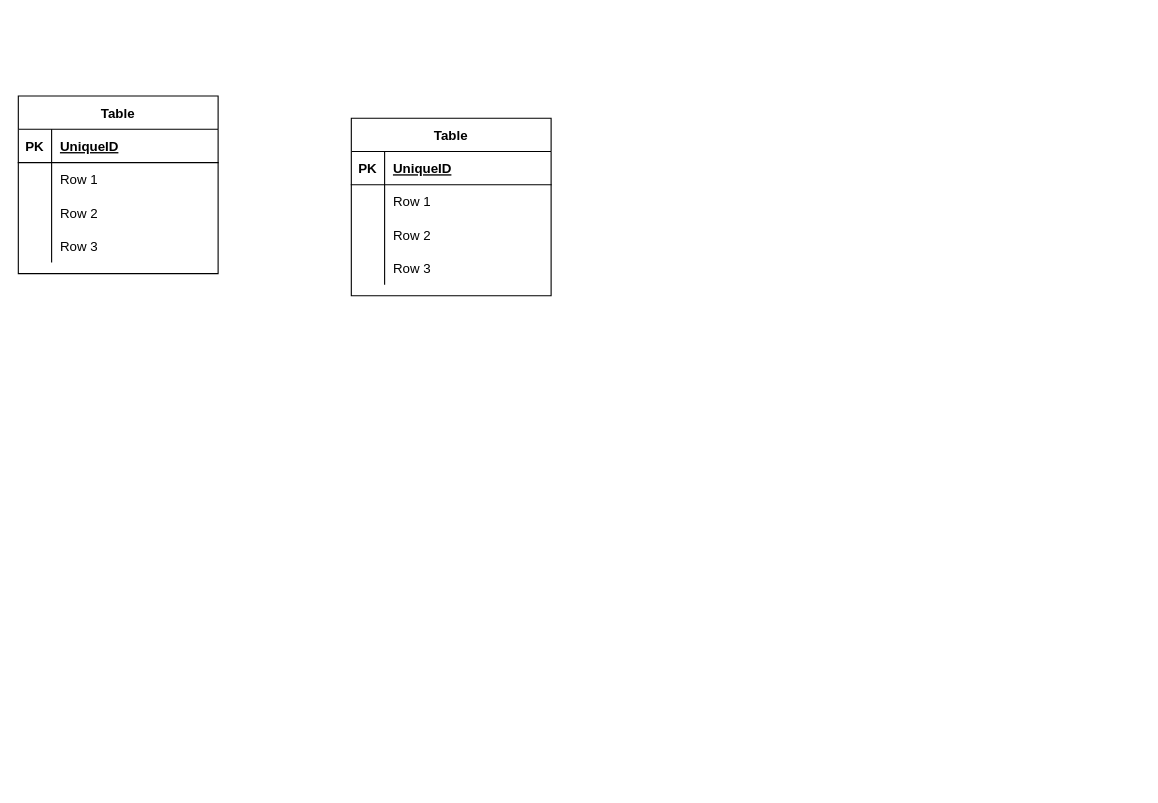
Earlier version of the draw.io diagram SQL/Untitled Diagram.drawio (Taishikun0721/Rails_Sparta_TIL). Source tidied: cells renumbered, new cells numbered last; positions are measured from the earlier drawing's top-left corner, leaving out a move shared by most shapes. Both pictures are drawn from the tidied source at 111%, with x=0, y=0 at pixel (18, 95).
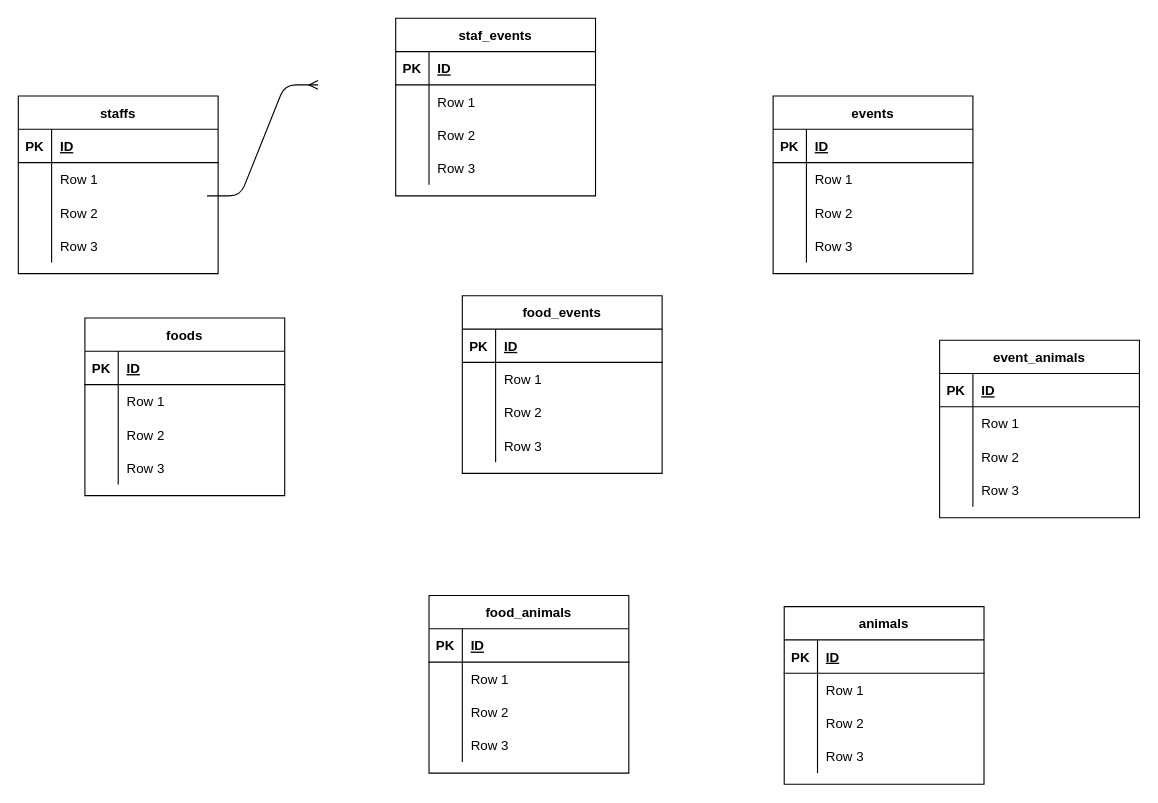
The same diagram, later.

Commit message:
テーブルの切り出しOK

Unchanged cells that the change refers to:
```xml
<mxCell id="3" style="shape=partialRectangle;fillColor=none;top=0;left=0;bottom=1;right=0;" parent="2" vertex="1">
  <mxGeometry y="30" width="180" height="30" as="geometry" />
</mxCell>
<mxCell id="16" style="shape=partialRectangle;fillColor=none;top=0;left=0;bottom=1;right=0;" parent="15" vertex="1">
  <mxGeometry y="30" width="180" height="30" as="geometry" />
</mxCell>
```

The edit, as a diff of the source:
```diff
@@
-    <mxCell id="2" value="Table" style="shape=table;startSize=30;childLayout=tableLayout;rowLines=0;fontStyle=1;align=center;" parent="1" vertex="1">
+    <mxCell id="2" value="staffs" style="shape=table;startSize=30;childLayout=tableLayout;rowLines=0;fontStyle=1;align=center;" parent="1" vertex="1">
       <mxGeometry width="180" height="160" as="geometry" />
     </mxCell>
@@
-    <mxCell id="5" value="UniqueID" style="shape=partialRectangle;fillColor=none;top=0;left=0;bottom=0;right=0;align=left;spacingLeft=6;fontStyle=5;overflow=hidden;" parent="3" vertex="1">
+    <mxCell id="5" value="ID" style="shape=partialRectangle;fillColor=none;top=0;left=0;bottom=0;right=0;align=left;spacingLeft=6;fontStyle=5;overflow=hidden;" parent="3" vertex="1">
       <mxGeometry x="30" width="150" height="30" as="geometry" />
     </mxCell>
@@
-    <mxCell id="15" value="Table" style="shape=table;startSize=30;childLayout=tableLayout;rowLines=0;fontStyle=1;align=center;" parent="1" vertex="1">
-      <mxGeometry x="300" y="20" width="180" height="160" as="geometry" />
+    <mxCell id="15" value="staf_events" style="shape=table;startSize=30;childLayout=tableLayout;rowLines=0;fontStyle=1;align=center;" parent="1" vertex="1">
+      <mxGeometry x="340" y="-70" width="180" height="160" as="geometry" />
     </mxCell>
@@
-    <mxCell id="18" value="UniqueID" style="shape=partialRectangle;fillColor=none;top=0;left=0;bottom=0;right=0;align=left;spacingLeft=6;fontStyle=5;overflow=hidden;" parent="16" vertex="1">
+    <mxCell id="18" value="ID" style="shape=partialRectangle;fillColor=none;top=0;left=0;bottom=0;right=0;align=left;spacingLeft=6;fontStyle=5;overflow=hidden;" parent="16" vertex="1">
       <mxGeometry x="30" width="150" height="30" as="geometry" />
     </mxCell>
@@
+    <mxCell id="28" value="events" style="shape=table;startSize=30;childLayout=tableLayout;rowLines=0;fontStyle=1;align=center;" parent="1" vertex="1">
+      <mxGeometry x="680" width="180" height="160" as="geometry" />
+    </mxCell>
+    <mxCell id="29" style="shape=partialRectangle;fillColor=none;top=0;left=0;bottom=1;right=0;" parent="28" vertex="1">
+      <mxGeometry y="30" width="180" height="30" as="geometry" />
+    </mxCell>
+    <mxCell id="30" value="PK" style="shape=partialRectangle;fillColor=none;top=0;left=0;bottom=0;right=0;fontStyle=1;overflow=hidden;" parent="29" vertex="1">
+      <mxGeometry width="30" height="30" as="geometry" />
+    </mxCell>
+    <mxCell id="31" value="ID" style="shape=partialRectangle;fillColor=none;top=0;left=0;bottom=0;right=0;align=left;spacingLeft=6;fontStyle=5;overflow=hidden;" parent="29" vertex="1">
+      <mxGeometry x="30" width="150" height="30" as="geometry" />
+    </mxCell>
+    <mxCell id="32" style="shape=partialRectangle;fillColor=none;top=0;left=0;bottom=0;right=0;" parent="28" vertex="1">
+      <mxGeometry y="60" width="180" height="30" as="geometry" />
+    </mxCell>
+    <mxCell id="33" style="shape=partialRectangle;fillColor=none;top=0;left=0;bottom=0;right=0;overflow=hidden;" parent="32" vertex="1">
+      <mxGeometry width="30" height="30" as="geometry" />
+    </mxCell>
+    <mxCell id="34" value="Row 1" style="shape=partialRectangle;fillColor=none;top=0;left=0;bottom=0;right=0;align=left;spacingLeft=6;overflow=hidden;" parent="32" vertex="1">
+      <mxGeometry x="30" width="150" height="30" as="geometry" />
+    </mxCell>
+    <mxCell id="35" style="shape=partialRectangle;fillColor=none;top=0;left=0;bottom=0;right=0;" parent="28" vertex="1">
+      <mxGeometry y="90" width="180" height="30" as="geometry" />
+    </mxCell>
+    <mxCell id="36" style="shape=partialRectangle;fillColor=none;top=0;left=0;bottom=0;right=0;overflow=hidden;" parent="35" vertex="1">
+      <mxGeometry width="30" height="30" as="geometry" />
+    </mxCell>
+    <mxCell id="37" value="Row 2" style="shape=partialRectangle;fillColor=none;top=0;left=0;bottom=0;right=0;align=left;spacingLeft=6;overflow=hidden;" parent="35" vertex="1">
+      <mxGeometry x="30" width="150" height="30" as="geometry" />
+    </mxCell>
+    <mxCell id="38" style="shape=partialRectangle;fillColor=none;top=0;left=0;bottom=0;right=0;" parent="28" vertex="1">
+      <mxGeometry y="120" width="180" height="30" as="geometry" />
+    </mxCell>
+    <mxCell id="39" style="shape=partialRectangle;fillColor=none;top=0;left=0;bottom=0;right=0;overflow=hidden;" parent="38" vertex="1">
+      <mxGeometry width="30" height="30" as="geometry" />
+    </mxCell>
+    <mxCell id="40" value="Row 3" style="shape=partialRectangle;fillColor=none;top=0;left=0;bottom=0;right=0;align=left;spacingLeft=6;overflow=hidden;" parent="38" vertex="1">
+      <mxGeometry x="30" width="150" height="30" as="geometry" />
+    </mxCell>
+    <mxCell id="41" value="event_animals" style="shape=table;startSize=30;childLayout=tableLayout;rowLines=0;fontStyle=1;align=center;" parent="1" vertex="1">
+      <mxGeometry x="830" y="220" width="180" height="160" as="geometry" />
+    </mxCell>
+    <mxCell id="42" style="shape=partialRectangle;fillColor=none;top=0;left=0;bottom=1;right=0;" parent="41" vertex="1">
+      <mxGeometry y="30" width="180" height="30" as="geometry" />
+    </mxCell>
+    <mxCell id="43" value="PK" style="shape=partialRectangle;fillColor=none;top=0;left=0;bottom=0;right=0;fontStyle=1;overflow=hidden;" parent="42" vertex="1">
+      <mxGeometry width="30" height="30" as="geometry" />
+    </mxCell>
+    <mxCell id="44" value="ID" style="shape=partialRectangle;fillColor=none;top=0;left=0;bottom=0;right=0;align=left;spacingLeft=6;fontStyle=5;overflow=hidden;" parent="42" vertex="1">
+      <mxGeometry x="30" width="150" height="30" as="geometry" />
+    </mxCell>
+    <mxCell id="45" style="shape=partialRectangle;fillColor=none;top=0;left=0;bottom=0;right=0;" parent="41" vertex="1">
+      <mxGeometry y="60" width="180" height="30" as="geometry" />
+    </mxCell>
+    <mxCell id="46" style="shape=partialRectangle;fillColor=none;top=0;left=0;bottom=0;right=0;overflow=hidden;" parent="45" vertex="1">
+      <mxGeometry width="30" height="30" as="geometry" />
+    </mxCell>
+    <mxCell id="47" value="Row 1" style="shape=partialRectangle;fillColor=none;top=0;left=0;bottom=0;right=0;align=left;spacingLeft=6;overflow=hidden;" parent="45" vertex="1">
+      <mxGeometry x="30" width="150" height="30" as="geometry" />
+    </mxCell>
+    <mxCell id="48" style="shape=partialRectangle;fillColor=none;top=0;left=0;bottom=0;right=0;" parent="41" vertex="1">
+      <mxGeometry y="90" width="180" height="30" as="geometry" />
+    </mxCell>
+    <mxCell id="49" style="shape=partialRectangle;fillColor=none;top=0;left=0;bottom=0;right=0;overflow=hidden;" parent="48" vertex="1">
+      <mxGeometry width="30" height="30" as="geometry" />
+    </mxCell>
+    <mxCell id="50" value="Row 2" style="shape=partialRectangle;fillColor=none;top=0;left=0;bottom=0;right=0;align=left;spacingLeft=6;overflow=hidden;" parent="48" vertex="1">
+      <mxGeometry x="30" width="150" height="30" as="geometry" />
+    </mxCell>
+    <mxCell id="51" style="shape=partialRectangle;fillColor=none;top=0;left=0;bottom=0;right=0;" parent="41" vertex="1">
+      <mxGeometry y="120" width="180" height="30" as="geometry" />
+    </mxCell>
+    <mxCell id="52" style="shape=partialRectangle;fillColor=none;top=0;left=0;bottom=0;right=0;overflow=hidden;" parent="51" vertex="1">
+      <mxGeometry width="30" height="30" as="geometry" />
+    </mxCell>
+    <mxCell id="53" value="Row 3" style="shape=partialRectangle;fillColor=none;top=0;left=0;bottom=0;right=0;align=left;spacingLeft=6;overflow=hidden;" parent="51" vertex="1">
+      <mxGeometry x="30" width="150" height="30" as="geometry" />
+    </mxCell>
+    <mxCell id="54" value="foods" style="shape=table;startSize=30;childLayout=tableLayout;rowLines=0;fontStyle=1;align=center;" parent="1" vertex="1">
+      <mxGeometry x="60" y="200" width="180" height="160" as="geometry" />
+    </mxCell>
+    <mxCell id="55" style="shape=partialRectangle;fillColor=none;top=0;left=0;bottom=1;right=0;" parent="54" vertex="1">
+      <mxGeometry y="30" width="180" height="30" as="geometry" />
+    </mxCell>
+    <mxCell id="56" value="PK" style="shape=partialRectangle;fillColor=none;top=0;left=0;bottom=0;right=0;fontStyle=1;overflow=hidden;" parent="55" vertex="1">
+      <mxGeometry width="30" height="30" as="geometry" />
+    </mxCell>
+    <mxCell id="57" value="ID" style="shape=partialRectangle;fillColor=none;top=0;left=0;bottom=0;right=0;align=left;spacingLeft=6;fontStyle=5;overflow=hidden;" parent="55" vertex="1">
+      <mxGeometry x="30" width="150" height="30" as="geometry" />
+    </mxCell>
+    <mxCell id="58" style="shape=partialRectangle;fillColor=none;top=0;left=0;bottom=0;right=0;" parent="54" vertex="1">
+      <mxGeometry y="60" width="180" height="30" as="geometry" />
+    </mxCell>
+    <mxCell id="59" style="shape=partialRectangle;fillColor=none;top=0;left=0;bottom=0;right=0;overflow=hidden;" parent="58" vertex="1">
+      <mxGeometry width="30" height="30" as="geometry" />
+    </mxCell>
+    <mxCell id="60" value="Row 1" style="shape=partialRectangle;fillColor=none;top=0;left=0;bottom=0;right=0;align=left;spacingLeft=6;overflow=hidden;" parent="58" vertex="1">
+      <mxGeometry x="30" width="150" height="30" as="geometry" />
+    </mxCell>
+    <mxCell id="61" style="shape=partialRectangle;fillColor=none;top=0;left=0;bottom=0;right=0;" parent="54" vertex="1">
+      <mxGeometry y="90" width="180" height="30" as="geometry" />
+    </mxCell>
+    <mxCell id="62" style="shape=partialRectangle;fillColor=none;top=0;left=0;bottom=0;right=0;overflow=hidden;" parent="61" vertex="1">
+      <mxGeometry width="30" height="30" as="geometry" />
+    </mxCell>
+    <mxCell id="63" value="Row 2" style="shape=partialRectangle;fillColor=none;top=0;left=0;bottom=0;right=0;align=left;spacingLeft=6;overflow=hidden;" parent="61" vertex="1">
+      <mxGeometry x="30" width="150" height="30" as="geometry" />
+    </mxCell>
+    <mxCell id="64" style="shape=partialRectangle;fillColor=none;top=0;left=0;bottom=0;right=0;" parent="54" vertex="1">
+      <mxGeometry y="120" width="180" height="30" as="geometry" />
+    </mxCell>
+    <mxCell id="65" style="shape=partialRectangle;fillColor=none;top=0;left=0;bottom=0;right=0;overflow=hidden;" parent="64" vertex="1">
+      <mxGeometry width="30" height="30" as="geometry" />
+    </mxCell>
+    <mxCell id="66" value="Row 3" style="shape=partialRectangle;fillColor=none;top=0;left=0;bottom=0;right=0;align=left;spacingLeft=6;overflow=hidden;" parent="64" vertex="1">
+      <mxGeometry x="30" width="150" height="30" as="geometry" />
+    </mxCell>
+    <mxCell id="67" value="animals" style="shape=table;startSize=30;childLayout=tableLayout;rowLines=0;fontStyle=1;align=center;" parent="1" vertex="1">
+      <mxGeometry x="690" y="460" width="180" height="160" as="geometry" />
+    </mxCell>
+    <mxCell id="68" style="shape=partialRectangle;fillColor=none;top=0;left=0;bottom=1;right=0;" parent="67" vertex="1">
+      <mxGeometry y="30" width="180" height="30" as="geometry" />
+    </mxCell>
+    <mxCell id="69" value="PK" style="shape=partialRectangle;fillColor=none;top=0;left=0;bottom=0;right=0;fontStyle=1;overflow=hidden;" parent="68" vertex="1">
+      <mxGeometry width="30" height="30" as="geometry" />
+    </mxCell>
+    <mxCell id="70" value="ID" style="shape=partialRectangle;fillColor=none;top=0;left=0;bottom=0;right=0;align=left;spacingLeft=6;fontStyle=5;overflow=hidden;" parent="68" vertex="1">
+      <mxGeometry x="30" width="150" height="30" as="geometry" />
+    </mxCell>
+    <mxCell id="71" style="shape=partialRectangle;fillColor=none;top=0;left=0;bottom=0;right=0;" parent="67" vertex="1">
+      <mxGeometry y="60" width="180" height="30" as="geometry" />
+    </mxCell>
+    <mxCell id="72" style="shape=partialRectangle;fillColor=none;top=0;left=0;bottom=0;right=0;overflow=hidden;" parent="71" vertex="1">
+      <mxGeometry width="30" height="30" as="geometry" />
+    </mxCell>
+    <mxCell id="73" value="Row 1" style="shape=partialRectangle;fillColor=none;top=0;left=0;bottom=0;right=0;align=left;spacingLeft=6;overflow=hidden;" parent="71" vertex="1">
+      <mxGeometry x="30" width="150" height="30" as="geometry" />
+    </mxCell>
+    <mxCell id="74" style="shape=partialRectangle;fillColor=none;top=0;left=0;bottom=0;right=0;" parent="67" vertex="1">
+      <mxGeometry y="90" width="180" height="30" as="geometry" />
+    </mxCell>
+    <mxCell id="75" style="shape=partialRectangle;fillColor=none;top=0;left=0;bottom=0;right=0;overflow=hidden;" parent="74" vertex="1">
+      <mxGeometry width="30" height="30" as="geometry" />
+    </mxCell>
+    <mxCell id="76" value="Row 2" style="shape=partialRectangle;fillColor=none;top=0;left=0;bottom=0;right=0;align=left;spacingLeft=6;overflow=hidden;" parent="74" vertex="1">
+      <mxGeometry x="30" width="150" height="30" as="geometry" />
+    </mxCell>
+    <mxCell id="77" style="shape=partialRectangle;fillColor=none;top=0;left=0;bottom=0;right=0;" parent="67" vertex="1">
+      <mxGeometry y="120" width="180" height="30" as="geometry" />
+    </mxCell>
+    <mxCell id="78" style="shape=partialRectangle;fillColor=none;top=0;left=0;bottom=0;right=0;overflow=hidden;" parent="77" vertex="1">
+      <mxGeometry width="30" height="30" as="geometry" />
+    </mxCell>
+    <mxCell id="79" value="Row 3" style="shape=partialRectangle;fillColor=none;top=0;left=0;bottom=0;right=0;align=left;spacingLeft=6;overflow=hidden;" parent="77" vertex="1">
+      <mxGeometry x="30" width="150" height="30" as="geometry" />
+    </mxCell>
+    <mxCell id="80" value="food_events" style="shape=table;startSize=30;childLayout=tableLayout;rowLines=0;fontStyle=1;align=center;" parent="1" vertex="1">
+      <mxGeometry x="400" y="180" width="180" height="160" as="geometry" />
+    </mxCell>
+    <mxCell id="81" style="shape=partialRectangle;fillColor=none;top=0;left=0;bottom=1;right=0;" parent="80" vertex="1">
+      <mxGeometry y="30" width="180" height="30" as="geometry" />
+    </mxCell>
+    <mxCell id="82" value="PK" style="shape=partialRectangle;fillColor=none;top=0;left=0;bottom=0;right=0;fontStyle=1;overflow=hidden;" parent="81" vertex="1">
+      <mxGeometry width="30" height="30" as="geometry" />
+    </mxCell>
+    <mxCell id="83" value="ID" style="shape=partialRectangle;fillColor=none;top=0;left=0;bottom=0;right=0;align=left;spacingLeft=6;fontStyle=5;overflow=hidden;" parent="81" vertex="1">
+      <mxGeometry x="30" width="150" height="30" as="geometry" />
+    </mxCell>
+    <mxCell id="84" style="shape=partialRectangle;fillColor=none;top=0;left=0;bottom=0;right=0;" parent="80" vertex="1">
+      <mxGeometry y="60" width="180" height="30" as="geometry" />
+    </mxCell>
+    <mxCell id="85" style="shape=partialRectangle;fillColor=none;top=0;left=0;bottom=0;right=0;overflow=hidden;" parent="84" vertex="1">
+      <mxGeometry width="30" height="30" as="geometry" />
+    </mxCell>
+    <mxCell id="86" value="Row 1" style="shape=partialRectangle;fillColor=none;top=0;left=0;bottom=0;right=0;align=left;spacingLeft=6;overflow=hidden;" parent="84" vertex="1">
+      <mxGeometry x="30" width="150" height="30" as="geometry" />
+    </mxCell>
+    <mxCell id="87" style="shape=partialRectangle;fillColor=none;top=0;left=0;bottom=0;right=0;" parent="80" vertex="1">
+      <mxGeometry y="90" width="180" height="30" as="geometry" />
+    </mxCell>
+    <mxCell id="88" style="shape=partialRectangle;fillColor=none;top=0;left=0;bottom=0;right=0;overflow=hidden;" parent="87" vertex="1">
+      <mxGeometry width="30" height="30" as="geometry" />
+    </mxCell>
+    <mxCell id="89" value="Row 2" style="shape=partialRectangle;fillColor=none;top=0;left=0;bottom=0;right=0;align=left;spacingLeft=6;overflow=hidden;" parent="87" vertex="1">
+      <mxGeometry x="30" width="150" height="30" as="geometry" />
+    </mxCell>
+    <mxCell id="90" style="shape=partialRectangle;fillColor=none;top=0;left=0;bottom=0;right=0;" parent="80" vertex="1">
+      <mxGeometry y="120" width="180" height="30" as="geometry" />
+    </mxCell>
+    <mxCell id="91" style="shape=partialRectangle;fillColor=none;top=0;left=0;bottom=0;right=0;overflow=hidden;" parent="90" vertex="1">
+      <mxGeometry width="30" height="30" as="geometry" />
+    </mxCell>
+    <mxCell id="92" value="Row 3" style="shape=partialRectangle;fillColor=none;top=0;left=0;bottom=0;right=0;align=left;spacingLeft=6;overflow=hidden;" parent="90" vertex="1">
+      <mxGeometry x="30" width="150" height="30" as="geometry" />
+    </mxCell>
+    <mxCell id="93" value="food_animals" style="shape=table;startSize=30;childLayout=tableLayout;rowLines=0;fontStyle=1;align=center;" parent="1" vertex="1">
+      <mxGeometry x="370" y="450" width="180" height="160" as="geometry" />
+    </mxCell>
+    <mxCell id="94" style="shape=partialRectangle;fillColor=none;top=0;left=0;bottom=1;right=0;" parent="93" vertex="1">
+      <mxGeometry y="30" width="180" height="30" as="geometry" />
+    </mxCell>
+    <mxCell id="95" value="PK" style="shape=partialRectangle;fillColor=none;top=0;left=0;bottom=0;right=0;fontStyle=1;overflow=hidden;" parent="94" vertex="1">
+      <mxGeometry width="30" height="30" as="geometry" />
+    </mxCell>
+    <mxCell id="96" value="ID" style="shape=partialRectangle;fillColor=none;top=0;left=0;bottom=0;right=0;align=left;spacingLeft=6;fontStyle=5;overflow=hidden;" parent="94" vertex="1">
+      <mxGeometry x="30" width="150" height="30" as="geometry" />
+    </mxCell>
+    <mxCell id="97" style="shape=partialRectangle;fillColor=none;top=0;left=0;bottom=0;right=0;" parent="93" vertex="1">
+      <mxGeometry y="60" width="180" height="30" as="geometry" />
+    </mxCell>
+    <mxCell id="98" style="shape=partialRectangle;fillColor=none;top=0;left=0;bottom=0;right=0;overflow=hidden;" parent="97" vertex="1">
+      <mxGeometry width="30" height="30" as="geometry" />
+    </mxCell>
+    <mxCell id="99" value="Row 1" style="shape=partialRectangle;fillColor=none;top=0;left=0;bottom=0;right=0;align=left;spacingLeft=6;overflow=hidden;" parent="97" vertex="1">
+      <mxGeometry x="30" width="150" height="30" as="geometry" />
+    </mxCell>
+    <mxCell id="100" style="shape=partialRectangle;fillColor=none;top=0;left=0;bottom=0;right=0;" parent="93" vertex="1">
+      <mxGeometry y="90" width="180" height="30" as="geometry" />
+    </mxCell>
+    <mxCell id="101" style="shape=partialRectangle;fillColor=none;top=0;left=0;bottom=0;right=0;overflow=hidden;" parent="100" vertex="1">
+      <mxGeometry width="30" height="30" as="geometry" />
+    </mxCell>
+    <mxCell id="102" value="Row 2" style="shape=partialRectangle;fillColor=none;top=0;left=0;bottom=0;right=0;align=left;spacingLeft=6;overflow=hidden;" parent="100" vertex="1">
+      <mxGeometry x="30" width="150" height="30" as="geometry" />
+    </mxCell>
+    <mxCell id="103" style="shape=partialRectangle;fillColor=none;top=0;left=0;bottom=0;right=0;" parent="93" vertex="1">
+      <mxGeometry y="120" width="180" height="30" as="geometry" />
+    </mxCell>
+    <mxCell id="104" style="shape=partialRectangle;fillColor=none;top=0;left=0;bottom=0;right=0;overflow=hidden;" parent="103" vertex="1">
+      <mxGeometry width="30" height="30" as="geometry" />
+    </mxCell>
+    <mxCell id="105" value="Row 3" style="shape=partialRectangle;fillColor=none;top=0;left=0;bottom=0;right=0;align=left;spacingLeft=6;overflow=hidden;" parent="103" vertex="1">
+      <mxGeometry x="30" width="150" height="30" as="geometry" />
+    </mxCell>
+    <mxCell id="106" style="edgeStyle=entityRelationEdgeStyle;fontSize=12;html=1;endArrow=ERmany;" parent="1" edge="1">
+      <mxGeometry relative="1" as="geometry">
+        <mxPoint x="170" y="90" as="sourcePoint" />
+        <mxPoint x="270" y="-10" as="targetPoint" />
+      </mxGeometry>
+    </mxCell>
```
